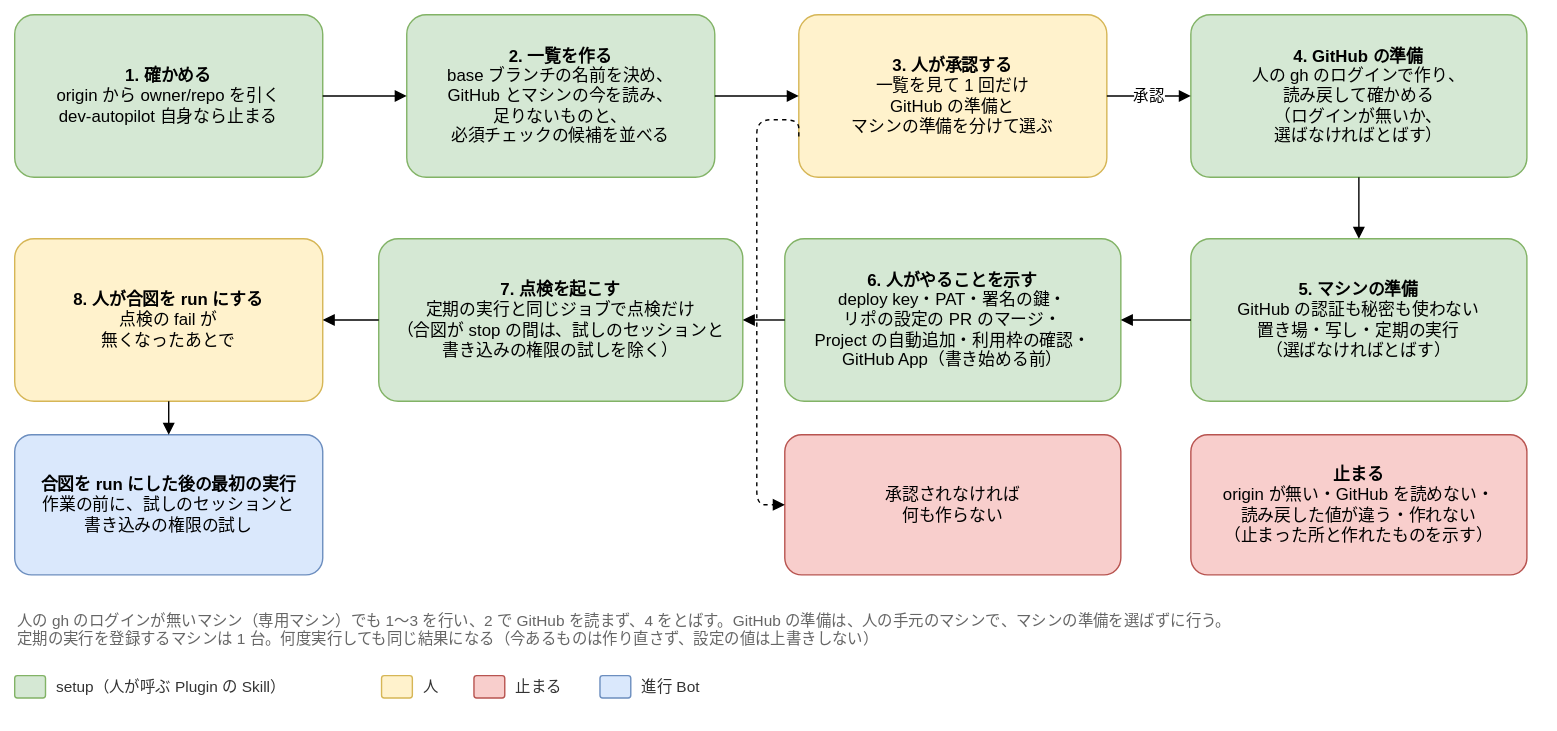
This is docs/design/basic/diagrams/04-setup-flow.drawio.svg from Joymerrevent/dev-autopilot, a draw.io export, as it was before one commit. Source tidied: cells renumbered, new cells last; positions are measured from the earlier drawing's top-left corner, leaving out a move shared by most shapes.
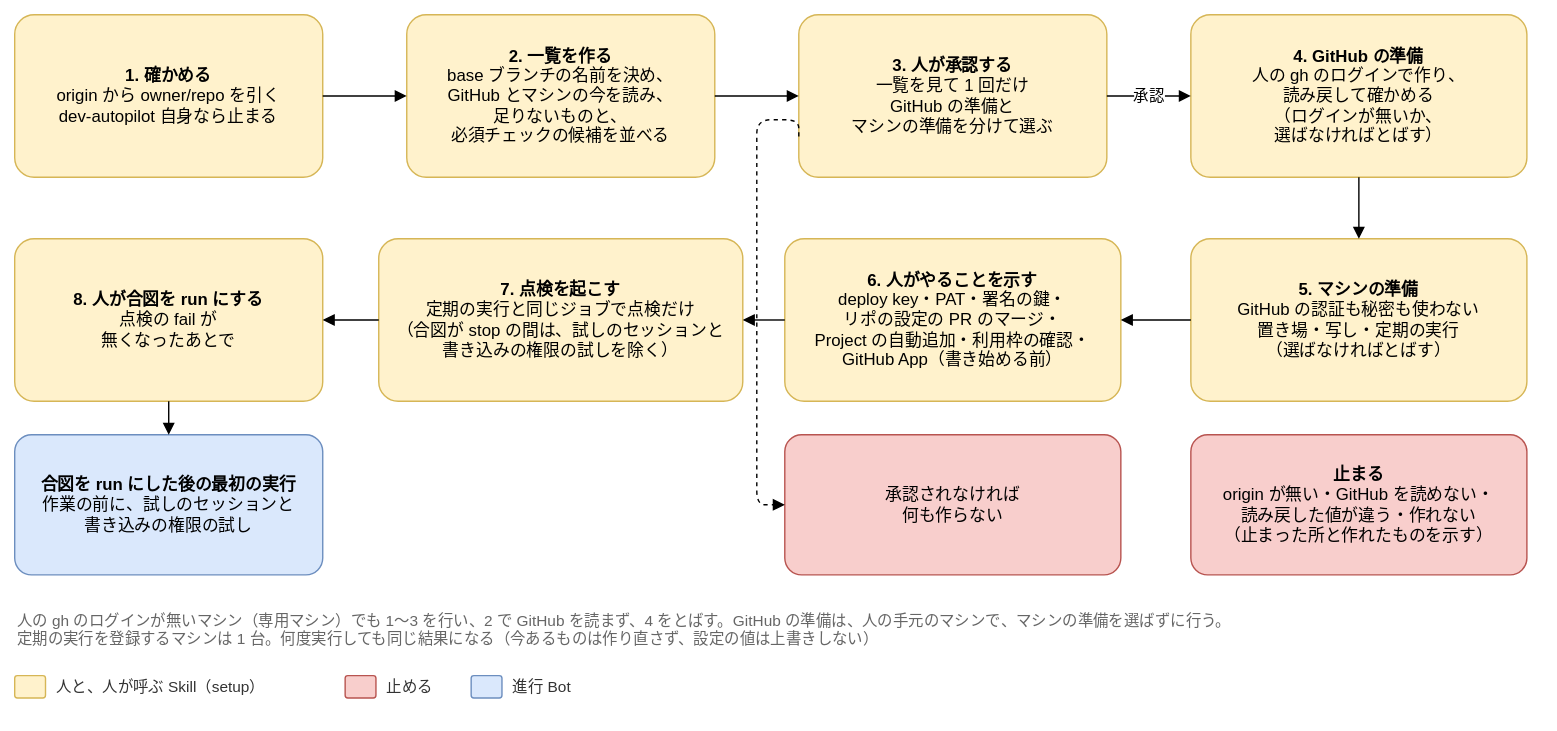
After the change.

Change to the diagram source:
```diff
@@ -2,25 +2,25 @@
   <root>
     <mxCell id="0" />
     <mxCell id="1" parent="0" />
-    <mxCell id="2" value="&lt;b&gt;1. 確かめる&lt;/b&gt;&lt;br&gt;origin から owner/repo を引く&lt;br&gt;dev-autopilot 自身なら止まる" style="rounded=1;whiteSpace=wrap;html=1;fontSize=12;arcSize=12;spacing=12;fillColor=#d5e8d4;strokeColor=#82b366;" parent="1" vertex="1">
+    <mxCell id="2" value="&lt;b&gt;1. 確かめる&lt;/b&gt;&lt;br&gt;origin から owner/repo を引く&lt;br&gt;dev-autopilot 自身なら止まる" style="rounded=1;whiteSpace=wrap;html=1;fontSize=12;arcSize=12;spacing=12;fillColor=#fff2cc;strokeColor=#d6b656;" parent="1" vertex="1">
       <mxGeometry width="220" height="116" as="geometry" />
     </mxCell>
-    <mxCell id="3" value="&lt;b&gt;2. 一覧を作る&lt;/b&gt;&lt;br&gt;base ブランチの名前を決め、&lt;br&gt;GitHub とマシンの今を読み、&lt;br&gt;足りないものと、&lt;br&gt;必須チェックの候補を並べる" style="rounded=1;whiteSpace=wrap;html=1;fontSize=12;arcSize=12;spacing=12;fillColor=#d5e8d4;strokeColor=#82b366;" parent="1" vertex="1">
+    <mxCell id="3" value="&lt;b&gt;2. 一覧を作る&lt;/b&gt;&lt;br&gt;base ブランチの名前を決め、&lt;br&gt;GitHub とマシンの今を読み、&lt;br&gt;足りないものと、&lt;br&gt;必須チェックの候補を並べる" style="rounded=1;whiteSpace=wrap;html=1;fontSize=12;arcSize=12;spacing=12;fillColor=#fff2cc;strokeColor=#d6b656;" parent="1" vertex="1">
       <mxGeometry x="280" width="220" height="116" as="geometry" />
     </mxCell>
     <mxCell id="4" value="&lt;b&gt;3. 人が承認する&lt;/b&gt;&lt;br&gt;一覧を見て 1 回だけ&lt;br&gt;GitHub の準備と&lt;br&gt;マシンの準備を分けて選ぶ" style="rounded=1;whiteSpace=wrap;html=1;fontSize=12;arcSize=12;spacing=12;fillColor=#fff2cc;strokeColor=#d6b656;" parent="1" vertex="1">
       <mxGeometry x="560" width="220" height="116" as="geometry" />
     </mxCell>
-    <mxCell id="5" value="&lt;b&gt;4. GitHub の準備&lt;/b&gt;&lt;br&gt;人の gh のログインで作り、&lt;br&gt;読み戻して確かめる&lt;br&gt;（ログインが無いか、&lt;br&gt;選ばなければとばす）" style="rounded=1;whiteSpace=wrap;html=1;fontSize=12;arcSize=12;spacing=12;fillColor=#d5e8d4;strokeColor=#82b366;" parent="1" vertex="1">
+    <mxCell id="5" value="&lt;b&gt;4. GitHub の準備&lt;/b&gt;&lt;br&gt;人の gh のログインで作り、&lt;br&gt;読み戻して確かめる&lt;br&gt;（ログインが無いか、&lt;br&gt;選ばなければとばす）" style="rounded=1;whiteSpace=wrap;html=1;fontSize=12;arcSize=12;spacing=12;fillColor=#fff2cc;strokeColor=#d6b656;" parent="1" vertex="1">
       <mxGeometry x="840" width="240" height="116" as="geometry" />
     </mxCell>
-    <mxCell id="6" value="&lt;b&gt;5. マシンの準備&lt;/b&gt;&lt;br&gt;GitHub の認証も秘密も使わない&lt;br&gt;置き場・写し・定期の実行&lt;br&gt;（選ばなければとばす）" style="rounded=1;whiteSpace=wrap;html=1;fontSize=12;arcSize=12;spacing=12;fillColor=#d5e8d4;strokeColor=#82b366;" parent="1" vertex="1">
+    <mxCell id="6" value="&lt;b&gt;5. マシンの準備&lt;/b&gt;&lt;br&gt;GitHub の認証も秘密も使わない&lt;br&gt;置き場・写し・定期の実行&lt;br&gt;（選ばなければとばす）" style="rounded=1;whiteSpace=wrap;html=1;fontSize=12;arcSize=12;spacing=12;fillColor=#fff2cc;strokeColor=#d6b656;" parent="1" vertex="1">
       <mxGeometry x="840" y="160" width="240" height="116" as="geometry" />
     </mxCell>
-    <mxCell id="7" value="&lt;b&gt;6. 人がやることを示す&lt;/b&gt;&lt;br&gt;deploy key・PAT・署名の鍵・&lt;br&gt;リポの設定の PR のマージ・&lt;br&gt;Project の自動追加・利用枠の確認・&lt;br&gt;GitHub App（書き始める前）" style="rounded=1;whiteSpace=wrap;html=1;fontSize=12;arcSize=12;spacing=12;fillColor=#d5e8d4;strokeColor=#82b366;" parent="1" vertex="1">
+    <mxCell id="7" value="&lt;b&gt;6. 人がやることを示す&lt;/b&gt;&lt;br&gt;deploy key・PAT・署名の鍵・&lt;br&gt;リポの設定の PR のマージ・&lt;br&gt;Project の自動追加・利用枠の確認・&lt;br&gt;GitHub App（書き始める前）" style="rounded=1;whiteSpace=wrap;html=1;fontSize=12;arcSize=12;spacing=12;fillColor=#fff2cc;strokeColor=#d6b656;" parent="1" vertex="1">
       <mxGeometry x="550" y="160" width="240" height="116" as="geometry" />
     </mxCell>
-    <mxCell id="8" value="&lt;b&gt;7. 点検を起こす&lt;/b&gt;&lt;br&gt;定期の実行と同じジョブで点検だけ&lt;br&gt;（合図が stop の間は、試しのセッションと&lt;br&gt;書き込みの権限の試しを除く）" style="rounded=1;whiteSpace=wrap;html=1;fontSize=12;arcSize=12;spacing=12;fillColor=#d5e8d4;strokeColor=#82b366;" parent="1" vertex="1">
+    <mxCell id="8" value="&lt;b&gt;7. 点検を起こす&lt;/b&gt;&lt;br&gt;定期の実行と同じジョブで点検だけ&lt;br&gt;（合図が stop の間は、試しのセッションと&lt;br&gt;書き込みの権限の試しを除く）" style="rounded=1;whiteSpace=wrap;html=1;fontSize=12;arcSize=12;spacing=12;fillColor=#fff2cc;strokeColor=#d6b656;" parent="1" vertex="1">
       <mxGeometry x="260" y="160" width="260" height="116" as="geometry" />
     </mxCell>
     <mxCell id="9" value="&lt;b&gt;8. 人が合図を run にする&lt;/b&gt;&lt;br&gt;点検の fail が&lt;br&gt;無くなったあとで" style="rounded=1;whiteSpace=wrap;html=1;fontSize=12;arcSize=12;spacing=12;fillColor=#fff2cc;strokeColor=#d6b656;" parent="1" vertex="1">
@@ -70,29 +70,23 @@
     <mxCell id="22" value="&lt;b&gt;止まる&lt;/b&gt;&lt;br&gt;origin が無い・GitHub を読めない・&lt;br&gt;読み戻した値が違う・作れない&lt;br&gt;（止まった所と作れたものを示す）" style="rounded=1;whiteSpace=wrap;html=1;fontSize=12;arcSize=12;spacing=12;fillColor=#f8cecc;strokeColor=#b85450;" parent="1" vertex="1">
       <mxGeometry x="840" y="300" width="240" height="100" as="geometry" />
     </mxCell>
-    <mxCell id="23" style="rounded=1;whiteSpace=wrap;html=1;fontSize=12;arcSize=12;spacing=12;fillColor=#d5e8d4;strokeColor=#82b366;" parent="1" vertex="1">
+    <mxCell id="23" style="rounded=1;whiteSpace=wrap;html=1;fontSize=12;arcSize=12;spacing=12;fillColor=#fff2cc;strokeColor=#d6b656;" parent="1" vertex="1">
       <mxGeometry y="472" width="22" height="16" as="geometry" />
     </mxCell>
-    <mxCell id="24" value="setup（人が呼ぶ Plugin の Skill）" style="text;html=1;align=left;verticalAlign=middle;fontSize=11;fontColor=#333333;" parent="1" vertex="1">
-      <mxGeometry x="28" y="470" width="218" height="20" as="geometry" />
+    <mxCell id="24" value="人と、人が呼ぶ Skill（setup）" style="text;html=1;align=left;verticalAlign=middle;fontSize=11;fontColor=#333333;" parent="1" vertex="1">
+      <mxGeometry x="28" y="470" width="192" height="20" as="geometry" />
     </mxCell>
-    <mxCell id="25" style="rounded=1;whiteSpace=wrap;html=1;fontSize=12;arcSize=12;spacing=12;fillColor=#fff2cc;strokeColor=#d6b656;" parent="1" vertex="1">
-      <mxGeometry x="262" y="472" width="22" height="16" as="geometry" />
+    <mxCell id="25" style="rounded=1;whiteSpace=wrap;html=1;fontSize=12;arcSize=12;spacing=12;fillColor=#f8cecc;strokeColor=#b85450;" parent="1" vertex="1">
+      <mxGeometry x="236" y="472" width="22" height="16" as="geometry" />
     </mxCell>
-    <mxCell id="26" value="人" style="text;html=1;align=left;verticalAlign=middle;fontSize=11;fontColor=#333333;" parent="1" vertex="1">
-      <mxGeometry x="290" y="470" width="22" height="20" as="geometry" />
+    <mxCell id="26" value="止める" style="text;html=1;align=left;verticalAlign=middle;fontSize=11;fontColor=#333333;" parent="1" vertex="1">
+      <mxGeometry x="264" y="470" width="46" height="20" as="geometry" />
     </mxCell>
-    <mxCell id="27" style="rounded=1;whiteSpace=wrap;html=1;fontSize=12;arcSize=12;spacing=12;fillColor=#f8cecc;strokeColor=#b85450;" parent="1" vertex="1">
-      <mxGeometry x="328" y="472" width="22" height="16" as="geometry" />
+    <mxCell id="27" style="rounded=1;whiteSpace=wrap;html=1;fontSize=12;arcSize=12;spacing=12;fillColor=#dae8fc;strokeColor=#6c8ebf;" parent="1" vertex="1">
+      <mxGeometry x="326" y="472" width="22" height="16" as="geometry" />
     </mxCell>
-    <mxCell id="28" value="止まる" style="text;html=1;align=left;verticalAlign=middle;fontSize=11;fontColor=#333333;" parent="1" vertex="1">
-      <mxGeometry x="356" y="470" width="46" height="20" as="geometry" />
+    <mxCell id="28" value="進行 Bot" style="text;html=1;align=left;verticalAlign=middle;fontSize=11;fontColor=#333333;" parent="1" vertex="1">
+      <mxGeometry x="354" y="470" width="59" height="20" as="geometry" />
     </mxCell>
-    <mxCell id="29" style="rounded=1;whiteSpace=wrap;html=1;fontSize=12;arcSize=12;spacing=12;fillColor=#dae8fc;strokeColor=#6c8ebf;" parent="1" vertex="1">
-      <mxGeometry x="418" y="472" width="22" height="16" as="geometry" />
-    </mxCell>
-    <mxCell id="30" value="進行 Bot" style="text;html=1;align=left;verticalAlign=middle;fontSize=11;fontColor=#333333;" parent="1" vertex="1">
-      <mxGeometry x="446" y="470" width="59" height="20" as="geometry" />
-    </mxCell>
   </root>
 </mxGraphModel>
```
